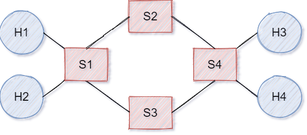
Before: experiment_2/img/2021-01-06 task3.png, a diagram exported from draw.io (xxionhong/network_slice). Source tidied: cells renumbered, new cells last; positions are measured from the earlier drawing's top-left corner, leaving out a move shared by most shapes. Its diagram source:
```xml
<mxGraphModel shadow="1">
  <root>
    <mxCell id="0" />
    <mxCell id="1" parent="0" />
    <mxCell id="2" value="H1" style="ellipse;whiteSpace=wrap;html=1;fontSize=22;shadow=0;sketch=1;fillColor=#dae8fc;strokeColor=#6c8ebf;" parent="1" vertex="1">
      <mxGeometry y="20" width="80" height="80" as="geometry" />
    </mxCell>
    <mxCell id="3" value="H2" style="ellipse;whiteSpace=wrap;html=1;fontSize=22;shadow=0;sketch=1;fillColor=#dae8fc;strokeColor=#6c8ebf;" parent="1" vertex="1">
      <mxGeometry y="140" width="80" height="80" as="geometry" />
    </mxCell>
    <mxCell id="4" value="S3" style="rounded=0;whiteSpace=wrap;html=1;fontSize=22;shadow=0;sketch=1;fillColor=#f8cecc;strokeColor=#b85450;" parent="1" vertex="1">
      <mxGeometry x="240" y="180" width="80" height="60" as="geometry" />
    </mxCell>
    <mxCell id="5" value="S4" style="rounded=0;whiteSpace=wrap;html=1;fontSize=22;shadow=0;sketch=1;fillColor=#f8cecc;strokeColor=#b85450;" parent="1" vertex="1">
      <mxGeometry x="360" y="90" width="80" height="60" as="geometry" />
    </mxCell>
    <mxCell id="6" value="S1" style="rounded=0;whiteSpace=wrap;html=1;fontSize=22;shadow=0;sketch=1;fillColor=#f8cecc;strokeColor=#b85450;" parent="1" vertex="1">
      <mxGeometry x="120" y="90" width="80" height="60" as="geometry" />
    </mxCell>
    <mxCell id="7" value="S2" style="rounded=0;whiteSpace=wrap;html=1;fontSize=22;shadow=0;sketch=1;fillColor=#f8cecc;strokeColor=#b85450;" parent="1" vertex="1">
      <mxGeometry x="240" width="80" height="60" as="geometry" />
    </mxCell>
    <mxCell id="8" value="H3" style="ellipse;whiteSpace=wrap;html=1;fontSize=22;shadow=0;sketch=1;fillColor=#dae8fc;strokeColor=#6c8ebf;" parent="1" vertex="1">
      <mxGeometry x="480" y="20" width="80" height="80" as="geometry" />
    </mxCell>
    <mxCell id="9" value="H4" style="ellipse;whiteSpace=wrap;html=1;fontSize=22;shadow=0;sketch=1;fillColor=#dae8fc;strokeColor=#6c8ebf;" parent="1" vertex="1">
      <mxGeometry x="480" y="140" width="80" height="80" as="geometry" />
    </mxCell>
    <mxCell id="10" style="endArrow=none;html=1;exitX=1;exitY=0.5;exitDx=0;exitDy=0;entryX=0.5;entryY=1;entryDx=0;entryDy=0;fontSize=22;shadow=0;sketch=1;" parent="1" edge="1" source="4" target="5">
      <mxGeometry relative="1" as="geometry" />
    </mxCell>
    <mxCell id="11" style="endArrow=none;html=1;exitX=1;exitY=0.5;exitDx=0;exitDy=0;entryX=0.5;entryY=1;entryDx=0;entryDy=0;fontSize=22;shadow=0;sketch=1;" parent="1" edge="1">
      <mxGeometry relative="1" as="geometry">
        <mxPoint x="160" y="90" as="sourcePoint" />
        <mxPoint x="240" y="30" as="targetPoint" />
        <Array as="points">
          <mxPoint x="200" y="60" />
        </Array>
      </mxGeometry>
    </mxCell>
    <mxCell id="12" style="endArrow=none;html=1;exitX=0.5;exitY=1;exitDx=0;exitDy=0;entryX=0.5;entryY=1;entryDx=0;entryDy=0;fontSize=22;shadow=0;sketch=1;" parent="1" edge="1" source="6">
      <mxGeometry relative="1" as="geometry">
        <mxPoint x="240" y="210" as="targetPoint" />
      </mxGeometry>
    </mxCell>
    <mxCell id="13" style="endArrow=none;html=1;exitX=1;exitY=0.5;exitDx=0;exitDy=0;entryX=1;entryY=0.5;entryDx=0;entryDy=0;fontSize=22;shadow=0;sketch=1;" parent="1" edge="1" target="7">
      <mxGeometry relative="1" as="geometry">
        <mxPoint x="400" y="90" as="sourcePoint" />
      </mxGeometry>
    </mxCell>
    <mxCell id="14" style="endArrow=none;html=1;entryX=0;entryY=0.5;entryDx=0;entryDy=0;fontSize=22;shadow=0;sketch=1;" parent="1" edge="1" target="8">
      <mxGeometry relative="1" as="geometry">
        <mxPoint x="440" y="90" as="sourcePoint" />
      </mxGeometry>
    </mxCell>
    <mxCell id="15" style="endArrow=none;html=1;entryX=0;entryY=0.5;entryDx=0;entryDy=0;exitX=1;exitY=1;exitDx=0;exitDy=0;fontSize=22;shadow=0;sketch=1;" parent="1" edge="1" source="5" target="9">
      <mxGeometry relative="1" as="geometry" />
    </mxCell>
    <mxCell id="16" style="endArrow=none;html=1;entryX=0;entryY=0.5;entryDx=0;entryDy=0;exitX=1;exitY=1;exitDx=0;exitDy=0;fontSize=22;shadow=0;sketch=1;" parent="1" edge="1">
      <mxGeometry relative="1" as="geometry">
        <mxPoint x="80" y="60" as="sourcePoint" />
        <mxPoint x="120" y="90" as="targetPoint" />
      </mxGeometry>
    </mxCell>
    <mxCell id="17" style="endArrow=none;html=1;entryX=0;entryY=0.5;entryDx=0;entryDy=0;fontSize=22;shadow=0;sketch=1;" parent="1" edge="1">
      <mxGeometry relative="1" as="geometry">
        <mxPoint x="80" y="180" as="sourcePoint" />
        <mxPoint x="120" y="150" as="targetPoint" />
      </mxGeometry>
    </mxCell>
  </root>
</mxGraphModel>
```
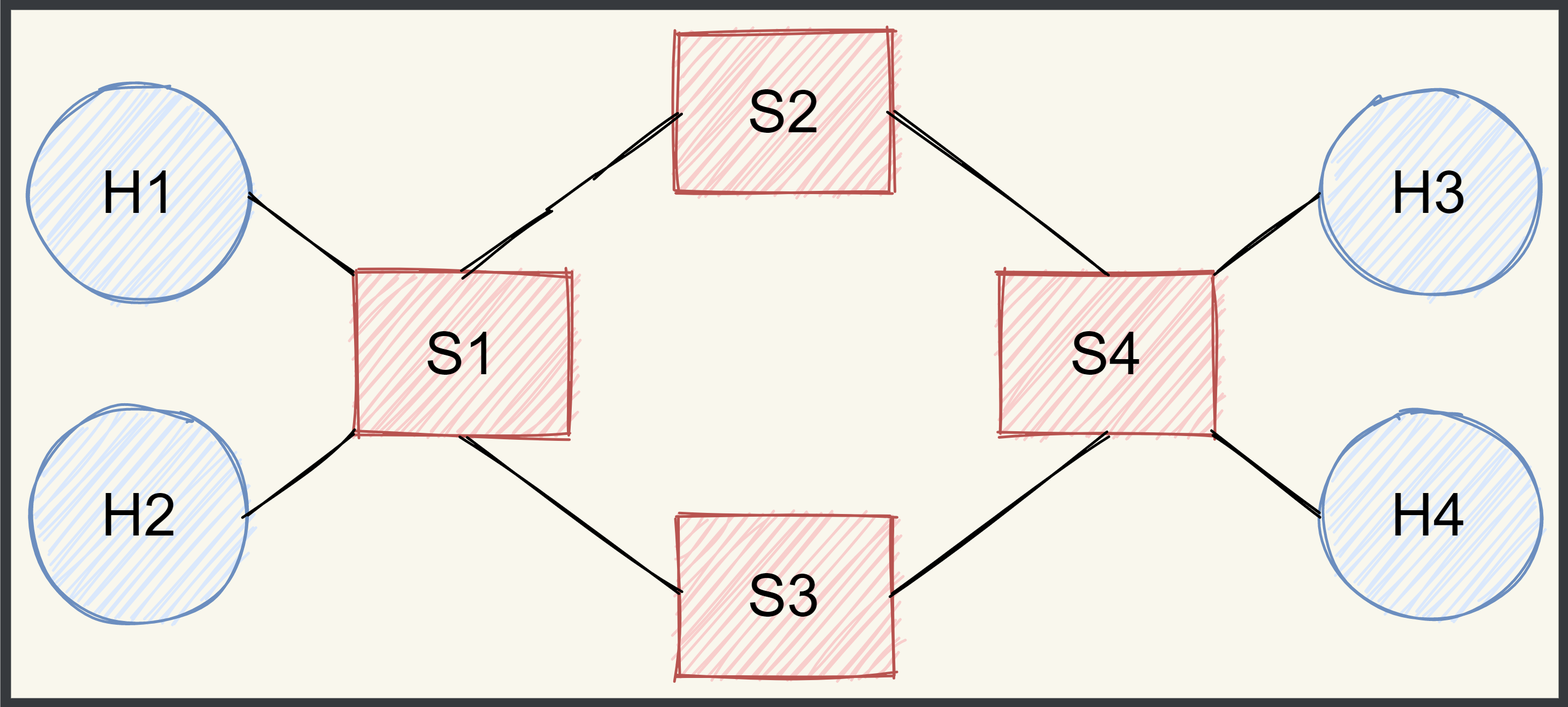
After the commit.

Diff of the diagram source:
```diff
@@ -1,7 +1,10 @@
-<mxGraphModel shadow="1">
+<mxGraphModel>
   <root>
     <mxCell id="0" />
     <mxCell id="1" parent="0" />
+    <mxCell id="18" style="group;fillColor=#f9f7ed;strokeColor=#36393d;strokeWidth=4;perimeterSpacing=0;" parent="1" vertex="1">
+      <mxGeometry x="-10" y="-10" width="580" height="260" as="geometry" />
+    </mxCell>
     <mxCell id="2" value="H1" style="ellipse;whiteSpace=wrap;html=1;fontSize=22;shadow=0;sketch=1;fillColor=#dae8fc;strokeColor=#6c8ebf;" parent="1" vertex="1">
       <mxGeometry y="20" width="80" height="80" as="geometry" />
     </mxCell>
@@ -27,10 +30,10 @@
       <mxGeometry x="480" y="140" width="80" height="80" as="geometry" />
     </mxCell>
     <mxCell id="10" style="endArrow=none;html=1;exitX=1;exitY=0.5;exitDx=0;exitDy=0;entryX=0.5;entryY=1;entryDx=0;entryDy=0;fontSize=22;shadow=0;sketch=1;" parent="1" edge="1" source="4" target="5">
-      <mxGeometry relative="1" as="geometry" />
+      <mxGeometry x="160" y="170" as="geometry" />
     </mxCell>
     <mxCell id="11" style="endArrow=none;html=1;exitX=1;exitY=0.5;exitDx=0;exitDy=0;entryX=0.5;entryY=1;entryDx=0;entryDy=0;fontSize=22;shadow=0;sketch=1;" parent="1" edge="1">
-      <mxGeometry relative="1" as="geometry">
+      <mxGeometry x="160" y="170" as="geometry">
         <mxPoint x="160" y="90" as="sourcePoint" />
         <mxPoint x="240" y="30" as="targetPoint" />
         <Array as="points">
@@ -39,31 +42,31 @@
       </mxGeometry>
     </mxCell>
     <mxCell id="12" style="endArrow=none;html=1;exitX=0.5;exitY=1;exitDx=0;exitDy=0;entryX=0.5;entryY=1;entryDx=0;entryDy=0;fontSize=22;shadow=0;sketch=1;" parent="1" edge="1" source="6">
-      <mxGeometry relative="1" as="geometry">
+      <mxGeometry x="160" y="170" as="geometry">
         <mxPoint x="240" y="210" as="targetPoint" />
       </mxGeometry>
     </mxCell>
     <mxCell id="13" style="endArrow=none;html=1;exitX=1;exitY=0.5;exitDx=0;exitDy=0;entryX=1;entryY=0.5;entryDx=0;entryDy=0;fontSize=22;shadow=0;sketch=1;" parent="1" edge="1" target="7">
-      <mxGeometry relative="1" as="geometry">
+      <mxGeometry x="160" y="170" as="geometry">
         <mxPoint x="400" y="90" as="sourcePoint" />
       </mxGeometry>
     </mxCell>
     <mxCell id="14" style="endArrow=none;html=1;entryX=0;entryY=0.5;entryDx=0;entryDy=0;fontSize=22;shadow=0;sketch=1;" parent="1" edge="1" target="8">
-      <mxGeometry relative="1" as="geometry">
+      <mxGeometry x="160" y="170" as="geometry">
         <mxPoint x="440" y="90" as="sourcePoint" />
       </mxGeometry>
     </mxCell>
     <mxCell id="15" style="endArrow=none;html=1;entryX=0;entryY=0.5;entryDx=0;entryDy=0;exitX=1;exitY=1;exitDx=0;exitDy=0;fontSize=22;shadow=0;sketch=1;" parent="1" edge="1" source="5" target="9">
-      <mxGeometry relative="1" as="geometry" />
+      <mxGeometry x="160" y="170" as="geometry" />
     </mxCell>
     <mxCell id="16" style="endArrow=none;html=1;entryX=0;entryY=0.5;entryDx=0;entryDy=0;exitX=1;exitY=1;exitDx=0;exitDy=0;fontSize=22;shadow=0;sketch=1;" parent="1" edge="1">
-      <mxGeometry relative="1" as="geometry">
+      <mxGeometry x="160" y="170" as="geometry">
         <mxPoint x="80" y="60" as="sourcePoint" />
         <mxPoint x="120" y="90" as="targetPoint" />
       </mxGeometry>
     </mxCell>
     <mxCell id="17" style="endArrow=none;html=1;entryX=0;entryY=0.5;entryDx=0;entryDy=0;fontSize=22;shadow=0;sketch=1;" parent="1" edge="1">
-      <mxGeometry relative="1" as="geometry">
+      <mxGeometry x="160" y="170" as="geometry">
         <mxPoint x="80" y="180" as="sourcePoint" />
         <mxPoint x="120" y="150" as="targetPoint" />
       </mxGeometry>
```
